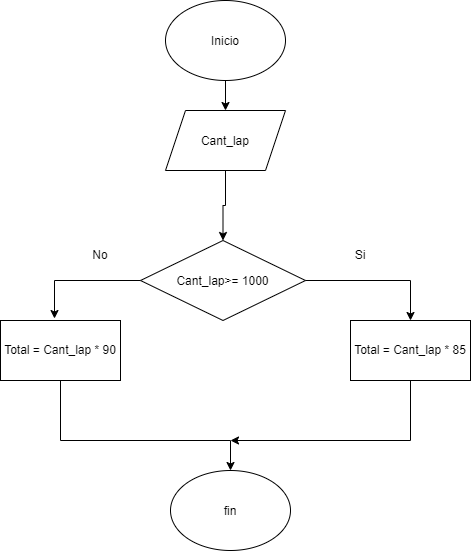
Earlier version of the draw.io export Diagramadelapices.png (Sofia2412-svg/IsabelSofiaRojasGeney_Unidad2). Source tidied: cells renumbered, new cells last; positions are measured from the earlier drawing's top-left corner, leaving out a move shared by most shapes. Its diagram source:
```xml
<mxGraphModel>
  <root>
    <mxCell id="0" />
    <mxCell id="1" parent="0" />
    <mxCell id="2" style="edgeStyle=orthogonalEdgeStyle;rounded=0;jettySize=auto;html=1;" parent="1" edge="1" source="3" target="5">
      <mxGeometry relative="1" as="geometry" />
    </mxCell>
    <mxCell id="3" value="Inicio" style="ellipse;whiteSpace=wrap;html=1;shapeInside=1;" parent="1" vertex="1">
      <mxGeometry x="165" width="120" height="80" as="geometry" />
    </mxCell>
    <mxCell id="4" style="edgeStyle=orthogonalEdgeStyle;rounded=0;jettySize=auto;html=1;" parent="1" edge="1" source="5" target="6">
      <mxGeometry relative="1" as="geometry" />
    </mxCell>
    <mxCell id="5" value="Cant_lap" style="shape=parallelogram;perimeter=parallelogramPerimeter;whiteSpace=wrap;html=1;shapeInside=1;fixedSize=1;" parent="1" vertex="1">
      <mxGeometry x="165" y="110" width="120" height="60" as="geometry" />
    </mxCell>
    <mxCell id="6" value="Cant_lap&amp;gt;= 1000" style="rhombus;whiteSpace=wrap;html=1;shapeInside=1;" parent="1" vertex="1">
      <mxGeometry x="140" y="240" width="165" height="80" as="geometry" />
    </mxCell>
    <mxCell id="7" value="Total = Cant_lap * 90" style="rounded=0;whiteSpace=wrap;html=1;" parent="1" vertex="1">
      <mxGeometry y="320" width="120" height="60" as="geometry" />
    </mxCell>
    <mxCell id="8" style="endArrow=classic;html=1;rounded=0;entryX=0.45;entryY=-0.033;entryDx=0;entryDy=0;entryPerimeter=0;" parent="1" edge="1" target="7">
      <mxGeometry relative="1" as="geometry">
        <mxPoint x="140" y="280" as="sourcePoint" />
        <Array as="points">
          <mxPoint x="54" y="280" />
        </Array>
      </mxGeometry>
    </mxCell>
    <mxCell id="9" value="Total = Cant_lap * 85" style="rounded=0;whiteSpace=wrap;html=1;" parent="1" vertex="1">
      <mxGeometry x="350" y="320" width="120" height="60" as="geometry" />
    </mxCell>
    <mxCell id="10" style="endArrow=classic;html=1;rounded=0;entryX=0.5;entryY=0;entryDx=0;entryDy=0;" parent="1" edge="1" target="9">
      <mxGeometry relative="1" as="geometry">
        <mxPoint x="305" y="280" as="sourcePoint" />
        <Array as="points">
          <mxPoint x="410" y="280" />
        </Array>
      </mxGeometry>
    </mxCell>
    <mxCell id="11" value="No" style="text;html=1;whiteSpace=wrap;strokeColor=none;fillColor=none;align=center;verticalAlign=middle;rounded=0;" parent="1" vertex="1">
      <mxGeometry x="70" y="240" width="60" height="30" as="geometry" />
    </mxCell>
    <mxCell id="12" value="Si" style="text;html=1;whiteSpace=wrap;strokeColor=none;fillColor=none;align=center;verticalAlign=middle;rounded=0;" parent="1" vertex="1">
      <mxGeometry x="330" y="240" width="60" height="30" as="geometry" />
    </mxCell>
    <mxCell id="13" value="fin" style="ellipse;whiteSpace=wrap;html=1;shapeInside=1;" parent="1" vertex="1">
      <mxGeometry x="170" y="470" width="120" height="80" as="geometry" />
    </mxCell>
    <mxCell id="14" style="endArrow=classic;html=1;rounded=0;entryX=0.5;entryY=0;entryDx=0;entryDy=0;" parent="1" edge="1" target="13">
      <mxGeometry relative="1" as="geometry">
        <mxPoint x="60" y="380" as="sourcePoint" />
        <Array as="points">
          <mxPoint x="60" y="440" />
          <mxPoint x="230" y="440" />
        </Array>
      </mxGeometry>
    </mxCell>
    <mxCell id="15" style="endArrow=classic;html=1;rounded=0;exitX=0.5;exitY=1;exitDx=0;exitDy=0;" parent="1" edge="1" source="9">
      <mxGeometry relative="1" as="geometry">
        <mxPoint x="230" y="440" as="targetPoint" />
        <Array as="points">
          <mxPoint x="410" y="440" />
        </Array>
      </mxGeometry>
    </mxCell>
  </root>
</mxGraphModel>
```
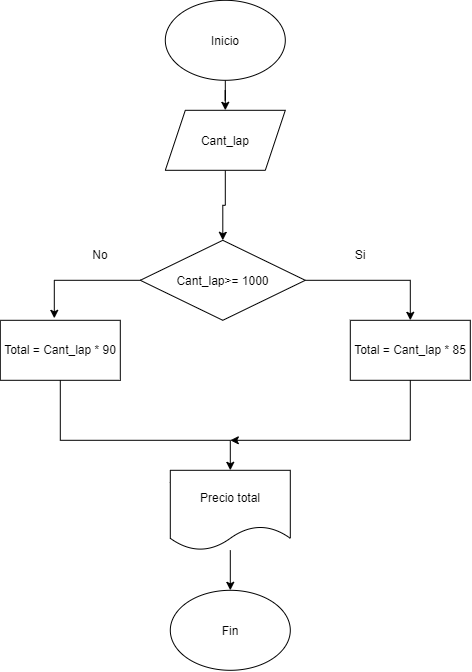
After the commit.

Change to the diagram source:
```diff
@@ -45,12 +45,10 @@
     <mxCell id="12" value="Si" style="text;html=1;whiteSpace=wrap;strokeColor=none;fillColor=none;align=center;verticalAlign=middle;rounded=0;" parent="1" vertex="1">
       <mxGeometry x="330" y="240" width="60" height="30" as="geometry" />
     </mxCell>
-    <mxCell id="13" value="fin" style="ellipse;whiteSpace=wrap;html=1;shapeInside=1;" parent="1" vertex="1">
-      <mxGeometry x="170" y="470" width="120" height="80" as="geometry" />
-    </mxCell>
-    <mxCell id="14" style="endArrow=classic;html=1;rounded=0;entryX=0.5;entryY=0;entryDx=0;entryDy=0;" parent="1" edge="1" target="13">
+    <mxCell id="14" style="endArrow=classic;html=1;rounded=0;entryX=0.5;entryY=0;entryDx=0;entryDy=0;" parent="1" edge="1">
       <mxGeometry relative="1" as="geometry">
         <mxPoint x="60" y="380" as="sourcePoint" />
+        <mxPoint x="230" y="470" as="targetPoint" />
         <Array as="points">
           <mxPoint x="60" y="440" />
           <mxPoint x="230" y="440" />
@@ -65,5 +63,14 @@
         </Array>
       </mxGeometry>
     </mxCell>
+    <mxCell id="16" style="edgeStyle=orthogonalEdgeStyle;rounded=0;jettySize=auto;html=1;" parent="1" edge="1" source="17" target="18">
+      <mxGeometry relative="1" as="geometry" />
+    </mxCell>
+    <mxCell id="17" value="Precio total" style="shape=document;whiteSpace=wrap;html=1;boundedLbl=1;" parent="1" vertex="1">
+      <mxGeometry x="170" y="470" width="120" height="80" as="geometry" />
+    </mxCell>
+    <mxCell id="18" value="Fin" style="ellipse;whiteSpace=wrap;html=1;shapeInside=1;" parent="1" vertex="1">
+      <mxGeometry x="170" y="590" width="120" height="80" as="geometry" />
+    </mxCell>
   </root>
 </mxGraphModel>
```
